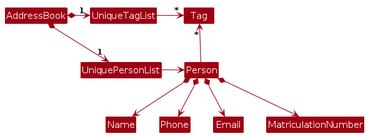
Earlier version of the PlantUML export diagrams/BetterModelClassDiagram.png (AY2526S1-CS2103T-W11-2/tp). Its source is kept beside it as diagrams/BetterModelClassDiagram.puml.
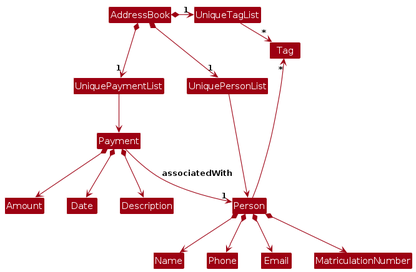
Above is the later version.

Diff of the diagram source:
```diff
@@ -13,9 +13,17 @@
 UniquePersonList -right-> Person
 
 Person -up-> "*" Tag
-
 Person *--> Name
 Person *--> Phone
 Person *--> Email
 Person *--> MatriculationNumber
+
+AddressBook *-down-> "1" UniquePaymentList
+UniquePaymentList -down-> Payment
+
+Payment *--> Amount
+Payment *--> Date
+Payment *--> Description
+Payment --> "1" Person : associatedWith
+
 @enduml
```
